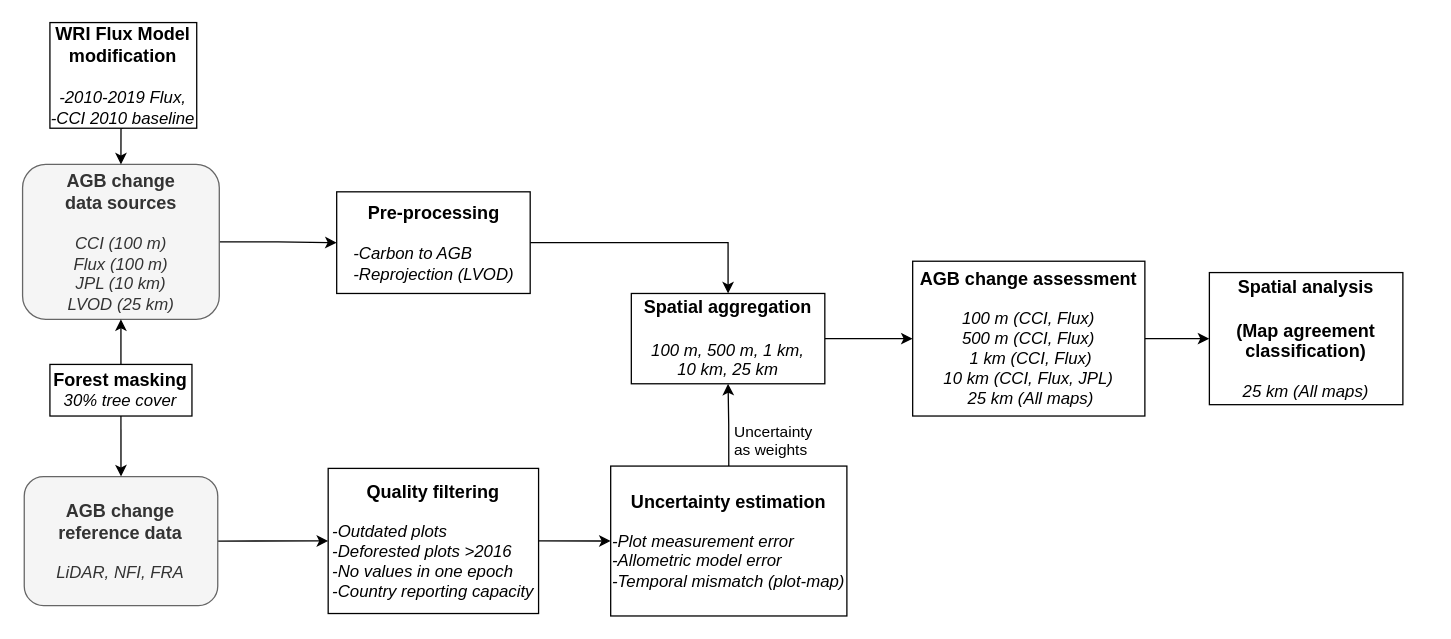
This is paper2.drawio from arnanaraza/diagrams, a draw.io file, before an edit. Source tidied: cells renumbered, new cells numbered last; positions are measured from the earlier drawing's top-left corner, leaving out a move shared by most shapes. Both pictures are drawn from the tidied source at 129%, with x=0, y=0 at pixel (22, 22).
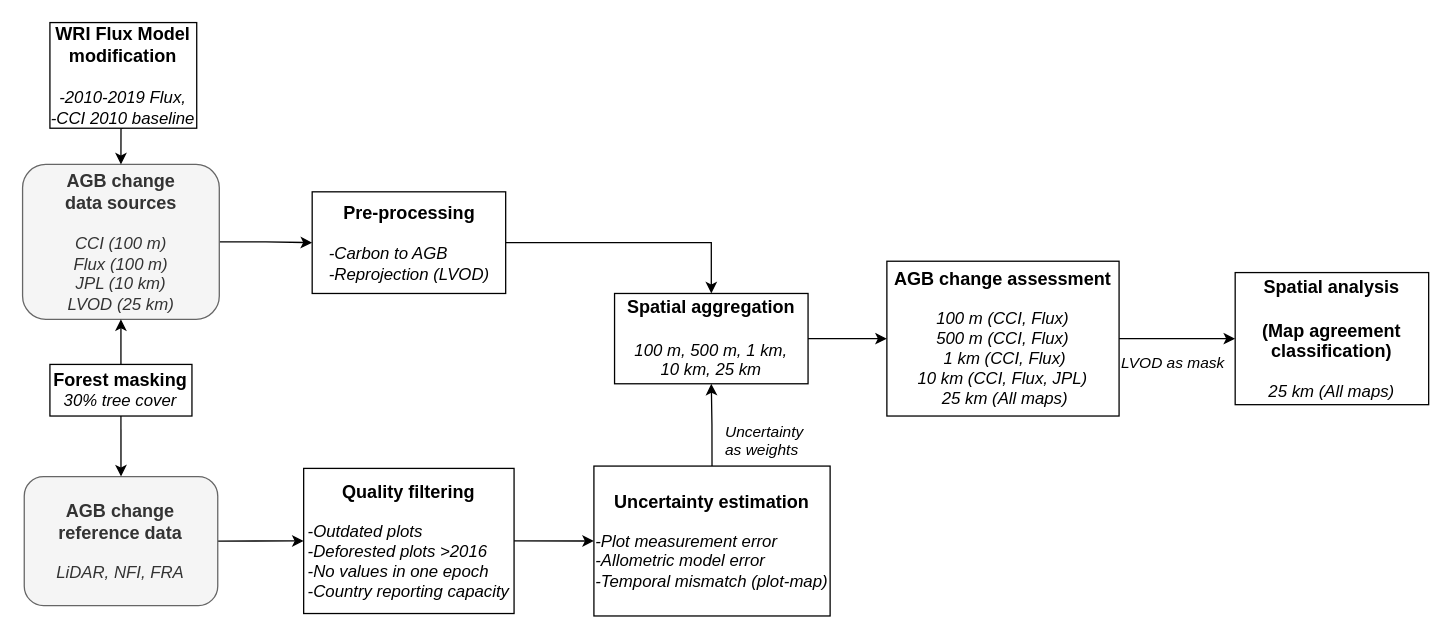
The same page after the edit.

The edit, as a diff of the source:
```diff
@@
     <mxCell id="5" value="&lt;font style=&quot;font-size: 14px;&quot;&gt;&lt;b&gt;AGB change assessment&lt;/b&gt;&lt;br&gt;&lt;/font&gt;&lt;br&gt;&lt;i style=&quot;font-size: 13px;&quot;&gt;100 m (CCI, Flux) &lt;br&gt;500 m (CCI, Flux)&lt;br&gt;&amp;nbsp;1 km (CCI, Flux)&lt;br&gt;10 km (CCI, Flux, JPL)&lt;br&gt;&amp;nbsp;25 km (All maps)&lt;/i&gt;" style="rounded=0;whiteSpace=wrap;html=1;" parent="1" vertex="1">
-      <mxGeometry x="690" y="185" width="180" height="120" as="geometry" />
+      <mxGeometry x="670" y="185" width="180" height="120" as="geometry" />
     </mxCell>
@@
     <mxCell id="9" value="&lt;span style=&quot;font-size: 14px;&quot;&gt;&lt;b&gt;Uncertainty estimation&lt;/b&gt;&lt;/span&gt;&lt;br style=&quot;border-color: var(--border-color);&quot;&gt;&lt;div style=&quot;border-color: var(--border-color); text-align: left;&quot;&gt;&lt;i style=&quot;border-color: var(--border-color); background-color: initial;&quot;&gt;&lt;br&gt;&lt;/i&gt;&lt;/div&gt;&lt;div style=&quot;border-color: var(--border-color); text-align: left; font-size: 13px;&quot;&gt;&lt;i&gt;&lt;font style=&quot;font-size: 13px;&quot;&gt;-Plot measurement error&lt;/font&gt;&lt;/i&gt;&lt;/div&gt;&lt;div style=&quot;border-color: var(--border-color); text-align: left; font-size: 13px;&quot;&gt;&lt;i&gt;&lt;font style=&quot;font-size: 13px;&quot;&gt;-Allometric model error&lt;/font&gt;&lt;/i&gt;&lt;/div&gt;&lt;div style=&quot;border-color: var(--border-color); text-align: left; font-size: 13px;&quot;&gt;&lt;i&gt;&lt;font style=&quot;font-size: 13px;&quot;&gt;-Temporal mismatch (plot-map)&lt;/font&gt;&lt;/i&gt;&lt;/div&gt;" style="rounded=0;whiteSpace=wrap;html=1;" parent="1" vertex="1">
-      <mxGeometry x="455.9" y="343.8" width="183.1" height="116.2" as="geometry" />
+      <mxGeometry x="442.9" y="343.8" width="183.1" height="116.2" as="geometry" />
     </mxCell>
@@
     <mxCell id="11" value="&lt;b style=&quot;font-size: 14px;&quot;&gt;Quality filtering&lt;br&gt;&lt;/b&gt;&lt;br&gt;&lt;div style=&quot;text-align: left; font-size: 13px;&quot;&gt;&lt;i style=&quot;background-color: initial; border-color: var(--border-color);&quot;&gt;-&lt;font style=&quot;font-size: 13px;&quot;&gt;Outdated plots&lt;/font&gt;&lt;/i&gt;&lt;/div&gt;&lt;div style=&quot;text-align: left; font-size: 13px;&quot;&gt;&lt;i style=&quot;background-color: initial; border-color: var(--border-color);&quot;&gt;&lt;font style=&quot;font-size: 13px;&quot;&gt;-Deforested plots &amp;gt;2016&amp;nbsp;&lt;/font&gt;&lt;/i&gt;&lt;/div&gt;&lt;i style=&quot;border-color: var(--border-color); font-size: 13px;&quot;&gt;&lt;div style=&quot;text-align: left;&quot;&gt;&lt;i style=&quot;background-color: initial; border-color: var(--border-color);&quot;&gt;&lt;i style=&quot;border-color: var(--border-color);&quot;&gt;&lt;font style=&quot;font-size: 13px;&quot;&gt;-No values in one epoch&lt;/font&gt;&lt;/i&gt;&lt;/i&gt;&lt;/div&gt;&lt;i style=&quot;border-color: var(--border-color);&quot;&gt;&lt;div style=&quot;text-align: left;&quot;&gt;&lt;i style=&quot;background-color: initial; border-color: var(--border-color);&quot;&gt;&lt;i style=&quot;border-color: var(--border-color);&quot;&gt;&lt;i style=&quot;border-color: var(--border-color);&quot;&gt;&lt;font style=&quot;font-size: 13px;&quot;&gt;-Country reporting capacit&lt;/font&gt;y&lt;/i&gt;&lt;/i&gt;&lt;/i&gt;&lt;/div&gt;&lt;/i&gt;&lt;/i&gt;" style="rounded=0;whiteSpace=wrap;html=1;" parent="1" vertex="1">
-      <mxGeometry x="236.9" y="345.6" width="163.1" height="112.5" as="geometry" />
+      <mxGeometry x="217.9" y="345.6" width="163.1" height="112.5" as="geometry" />
     </mxCell>
@@
     <mxCell id="13" value="&lt;b&gt;&lt;font style=&quot;font-size: 14px;&quot;&gt;Pre-processing&lt;/font&gt;&lt;/b&gt;&lt;br&gt;&lt;i style=&quot;font-size: 13px;&quot;&gt;&lt;div style=&quot;text-align: left;&quot;&gt;&lt;i style=&quot;background-color: initial;&quot;&gt;&lt;font style=&quot;font-size: 13px;&quot;&gt;&lt;br&gt;&lt;/font&gt;&lt;/i&gt;&lt;/div&gt;&lt;div style=&quot;text-align: left;&quot;&gt;&lt;i style=&quot;background-color: initial;&quot;&gt;&lt;font style=&quot;font-size: 13px;&quot;&gt;-Carbon to AGB&amp;nbsp;&lt;/font&gt;&lt;/i&gt;&lt;/div&gt;&lt;div style=&quot;text-align: left;&quot;&gt;&lt;i style=&quot;background-color: initial;&quot;&gt;&lt;font style=&quot;font-size: 13px;&quot;&gt;-Reprojection (LVOD)&lt;/font&gt;&lt;/i&gt;&lt;/div&gt;&lt;/i&gt;" style="rounded=0;whiteSpace=wrap;html=1;" parent="1" vertex="1">
-      <mxGeometry x="243.5" y="131.2" width="150" height="78.8" as="geometry" />
+      <mxGeometry x="224.5" y="131.2" width="150" height="78.8" as="geometry" />
     </mxCell>
     <mxCell id="14" value="&lt;b style=&quot;font-size: 14px;&quot;&gt;Spatial analysis&lt;br&gt;&lt;br&gt;(Map agreement classification)&lt;br&gt;&lt;/b&gt;&lt;br&gt;&lt;i&gt;&lt;font style=&quot;font-size: 13px;&quot;&gt;25 km (All maps)&lt;/font&gt;&lt;/i&gt;" style="rounded=0;whiteSpace=wrap;html=1;" parent="1" vertex="1">
-      <mxGeometry x="920" y="193.8" width="150" height="102.4" as="geometry" />
+      <mxGeometry x="940" y="193.8" width="150" height="102.4" as="geometry" />
     </mxCell>
@@
     <mxCell id="19" value="&lt;b style=&quot;font-size: 14px;&quot;&gt;Spatial aggregation&lt;br&gt;&lt;br&gt;&lt;/b&gt;&lt;i style=&quot;font-size: 13px;&quot;&gt;100 m, 500 m, 1 km,&lt;br style=&quot;border-color: var(--border-color);&quot;&gt;10 km, 25 km&lt;/i&gt;&lt;b&gt;&lt;br&gt;&lt;/b&gt;" style="rounded=0;whiteSpace=wrap;html=1;" parent="1" vertex="1">
-      <mxGeometry x="471.9" y="210" width="150" height="70" as="geometry" />
+      <mxGeometry x="458.9" y="210" width="150" height="70" as="geometry" />
     </mxCell>
@@
-    <mxCell id="22" value="Uncertainty &lt;br&gt;as weights" style="text;whiteSpace=wrap;html=1;fontSize=12;" parent="1" vertex="1">
-      <mxGeometry x="550" y="303.8" width="150" height="40" as="geometry" />
+    <mxCell id="22" value="&lt;i&gt;Uncertainty &lt;br&gt;as weights&lt;/i&gt;" style="text;whiteSpace=wrap;html=1;fontSize=12;" parent="1" vertex="1">
+      <mxGeometry x="543" y="303.8" width="150" height="40" as="geometry" />
     </mxCell>
+    <mxCell id="23" value="&lt;i&gt;LVOD as mask&lt;/i&gt;" style="text;whiteSpace=wrap;html=1;fontSize=12;" parent="1" vertex="1">
+      <mxGeometry x="850" y="250" width="154" height="40" as="geometry" />
+    </mxCell>
```
